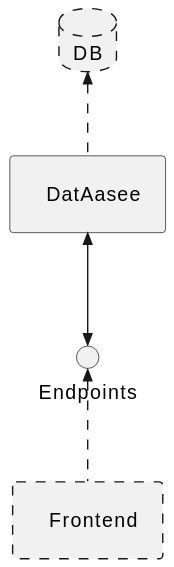
This is docs/images/outside-view.svg from ulbmuenster/dataasee, a PlantUML export, as it was before one commit.
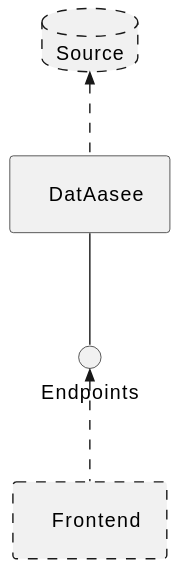
After the change.

Change to the diagram source:
```diff
@@ -1,5 +1,5 @@
 @startuml
-database src as "DB" #line.dashed;
+database src as "Source" #line.dashed;
 
 card dataasee [
 
@@ -16,6 +16,6 @@
 ]
 
 src <<-[dashed]- dataasee
-dataasee <<-->> http
+dataasee -- http
 http <<-[dashed]- fe
 @enduml
```
